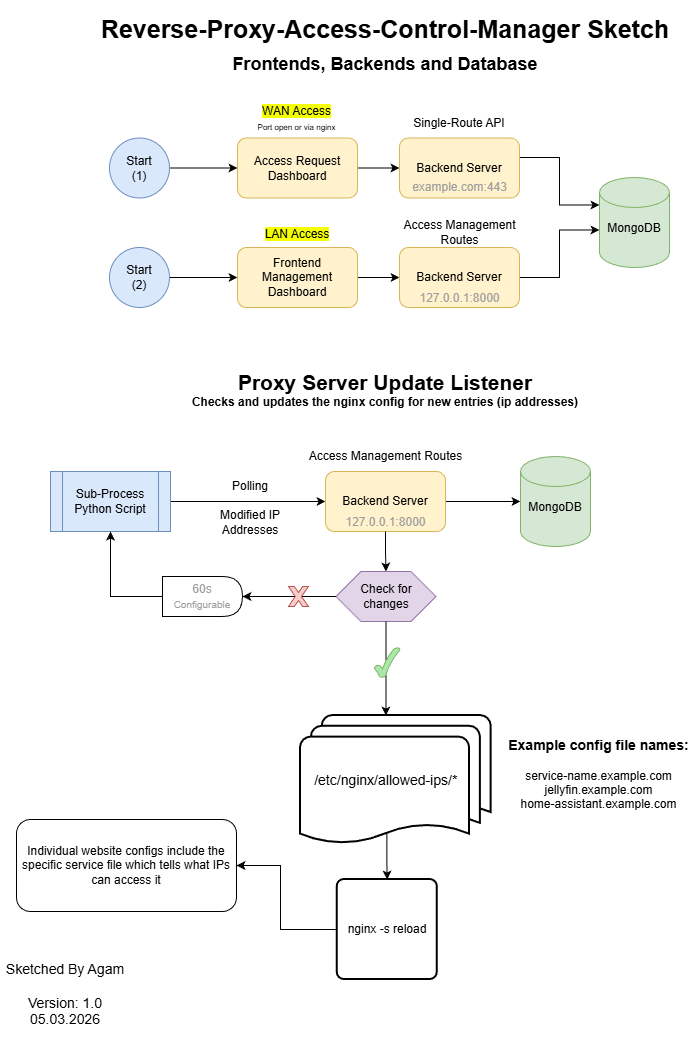
This is program.png from agamsol/Reverse-Proxy-Access-Control-Manager, a draw.io export, as it was before one commit. Source tidied: cells renumbered, new cells last; positions are measured from the earlier drawing's top-left corner, leaving out a move shared by most shapes.
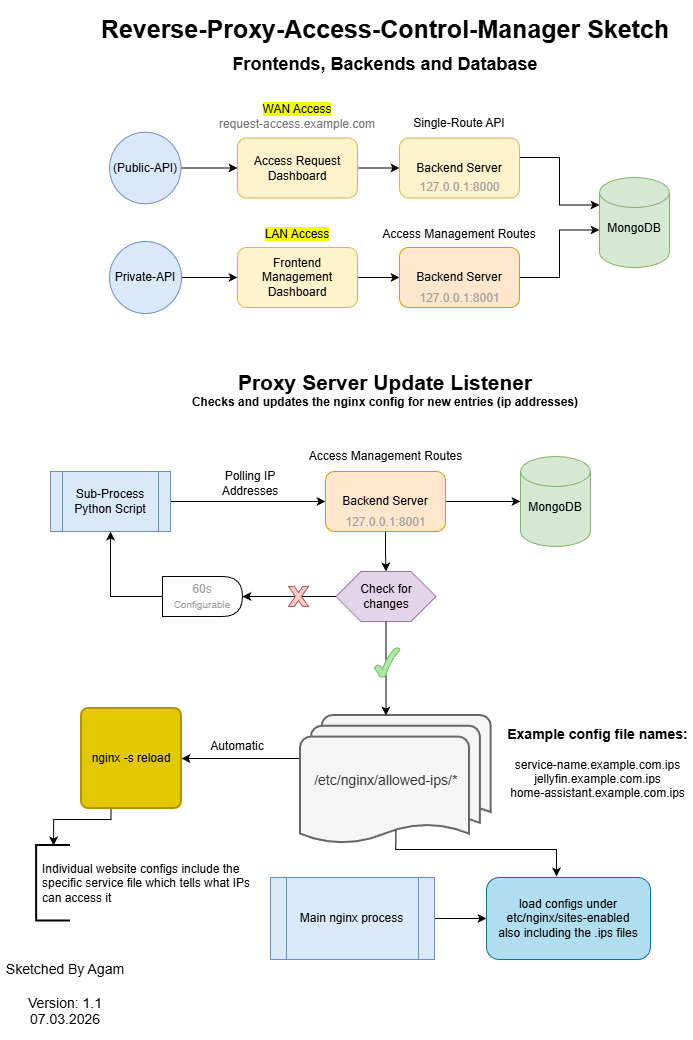
Above is the later version.

Commit message:
Updated program sketch version 1.1

What changed in the source:
```diff
@@ -11,8 +11,8 @@
     <mxCell id="4" style="edgeStyle=orthogonalEdgeStyle;rounded=0;jettySize=auto;html=1;exitX=1;exitY=0.5;exitDx=0;exitDy=0;entryX=0;entryY=0.5;entryDx=0;entryDy=0;" parent="1" edge="1" source="5" target="3">
       <mxGeometry relative="1" as="geometry" />
     </mxCell>
-    <mxCell id="5" value="Start&lt;br&gt;(2)" style="ellipse;whiteSpace=wrap;html=1;fillColor=#dae8fc;strokeColor=#6c8ebf;" parent="1" vertex="1">
-      <mxGeometry x="109" y="247" width="60" height="60" as="geometry" />
+    <mxCell id="5" value="Private-API" style="ellipse;whiteSpace=wrap;html=1;fillColor=#dae8fc;strokeColor=#6c8ebf;" parent="1" vertex="1">
+      <mxGeometry x="109" y="241" width="72" height="72" as="geometry" />
     </mxCell>
     <mxCell id="6" value="MongoDB&lt;div&gt;&lt;br/&gt;&lt;/div&gt;" style="shape=cylinder3;whiteSpace=wrap;html=1;boundedLbl=1;backgroundOutline=1;size=15;fillColor=#d5e8d4;strokeColor=#82b366;" parent="1" vertex="1">
       <mxGeometry x="599" y="177" width="70" height="90" as="geometry" />
@@ -26,17 +26,17 @@
         </Array>
       </mxGeometry>
     </mxCell>
-    <mxCell id="8" value="Backend Server" style="rounded=1;whiteSpace=wrap;html=1;fillColor=#fff2cc;strokeColor=#d6b656;" parent="1" vertex="1">
+    <mxCell id="8" value="Backend Server" style="rounded=1;whiteSpace=wrap;html=1;fillColor=#ffe6cc;strokeColor=#d79b00;" parent="1" vertex="1">
       <mxGeometry x="399" y="247" width="120" height="60" as="geometry" />
     </mxCell>
-    <mxCell id="9" value="Access Management&lt;br&gt;R&lt;span style=&quot;background-color: transparent; color: light-dark(rgb(0, 0, 0), rgb(255, 255, 255));&quot;&gt;outes&lt;/span&gt;" style="text;html=1;whiteSpace=wrap;strokeColor=none;fillColor=none;align=center;verticalAlign=middle;rounded=0;" parent="1" vertex="1">
-      <mxGeometry x="393.5" y="217" width="131" height="30" as="geometry" />
+    <mxCell id="9" value="Access Management R&lt;span style=&quot;background-color: transparent; color: light-dark(rgb(0, 0, 0), rgb(255, 255, 255));&quot;&gt;outes&lt;/span&gt;" style="text;html=1;whiteSpace=wrap;strokeColor=none;fillColor=none;align=center;verticalAlign=middle;rounded=0;" parent="1" vertex="1">
+      <mxGeometry x="366.9" y="219" width="184.2" height="30" as="geometry" />
     </mxCell>
     <mxCell id="10" style="edgeStyle=orthogonalEdgeStyle;rounded=0;jettySize=auto;html=1;exitX=1;exitY=0.5;exitDx=0;exitDy=0;entryX=0;entryY=0.5;entryDx=0;entryDy=0;" parent="1" edge="1" source="11" target="13">
       <mxGeometry relative="1" as="geometry" />
     </mxCell>
-    <mxCell id="11" value="Start&lt;br&gt;(1)" style="ellipse;whiteSpace=wrap;html=1;fillColor=#dae8fc;strokeColor=#6c8ebf;" parent="1" vertex="1">
-      <mxGeometry x="109" y="137.5" width="60" height="60" as="geometry" />
+    <mxCell id="11" value="(Public-API)" style="ellipse;whiteSpace=wrap;html=1;fillColor=#dae8fc;strokeColor=#6c8ebf;" parent="1" vertex="1">
+      <mxGeometry x="109" y="131.8" width="71.5" height="71.5" as="geometry" />
     </mxCell>
     <mxCell id="12" style="edgeStyle=orthogonalEdgeStyle;rounded=0;jettySize=auto;html=1;exitX=1;exitY=0.5;exitDx=0;exitDy=0;entryX=0;entryY=0.5;entryDx=0;entryDy=0;" parent="1" edge="1" source="13" target="17">
       <mxGeometry relative="1" as="geometry" />
@@ -44,8 +44,8 @@
     <mxCell id="13" value="Access Request Dashboard" style="rounded=1;whiteSpace=wrap;html=1;fillColor=#fff2cc;strokeColor=#d6b656;" parent="1" vertex="1">
       <mxGeometry x="237" y="137.5" width="120" height="60" as="geometry" />
     </mxCell>
-    <mxCell id="14" value="&lt;span style=&quot;background-color: rgb(245, 255, 3);&quot;&gt;&lt;span style=&quot;background-color: rgb(245, 255, 3);&quot;&gt;WAN&lt;/span&gt; Access&lt;br&gt;&lt;/span&gt;&lt;font style=&quot;font-size: 8px;&quot;&gt;Port open or via nginx&lt;/font&gt;" style="text;html=1;whiteSpace=wrap;strokeColor=none;fillColor=none;align=center;verticalAlign=middle;rounded=0;" parent="1" vertex="1">
-      <mxGeometry x="215.3" y="93.5" width="163.3" height="49" as="geometry" />
+    <mxCell id="14" value="&lt;span style=&quot;background-color: rgb(245, 255, 3);&quot;&gt;&lt;span style=&quot;background-color: rgb(245, 255, 3);&quot;&gt;WAN&lt;/span&gt; Access&lt;br&gt;&lt;/span&gt;&lt;span&gt;&lt;font style=&quot;color: rgb(116, 116, 116);&quot;&gt;request-access.example.com&lt;/font&gt;&lt;/span&gt;" style="text;html=1;whiteSpace=wrap;strokeColor=none;fillColor=none;align=center;verticalAlign=middle;rounded=0;" parent="1" vertex="1">
+      <mxGeometry x="197" y="91" width="200" height="49" as="geometry" />
     </mxCell>
     <mxCell id="15" value="&lt;span style=&quot;background-color: rgb(245, 255, 3);&quot;&gt;LAN Access&lt;/span&gt;" style="text;html=1;whiteSpace=wrap;strokeColor=none;fillColor=none;align=center;verticalAlign=middle;rounded=0;" parent="1" vertex="1">
       <mxGeometry x="242" y="219" width="110" height="30" as="geometry" />
@@ -75,60 +75,49 @@
     <mxCell id="21" value="&lt;font style=&quot;&quot;&gt;&lt;b style=&quot;&quot;&gt;&lt;span style=&quot;font-size: 21px;&quot;&gt;Proxy Server Update Listener&lt;/span&gt;&lt;br&gt;&lt;font&gt;Checks and updates the nginx config for new entries (ip addresses)&lt;/font&gt;&lt;/b&gt;&lt;/font&gt;" style="text;html=1;whiteSpace=wrap;strokeColor=none;fillColor=none;align=center;verticalAlign=middle;rounded=0;" parent="1" vertex="1">
       <mxGeometry x="180" y="341" width="410" height="95" as="geometry" />
     </mxCell>
-    <mxCell id="22" value="&lt;font style=&quot;color: rgb(157, 157, 157);&quot;&gt;127.0.0.1:8000&lt;/font&gt;" style="text;html=1;whiteSpace=wrap;strokeColor=none;fillColor=none;align=center;verticalAlign=middle;rounded=0;" parent="1" vertex="1">
+    <mxCell id="22" value="&lt;font style=&quot;color: rgb(157, 157, 157);&quot;&gt;127.0.0.1:8001&lt;/font&gt;" style="text;html=1;whiteSpace=wrap;strokeColor=none;fillColor=none;align=center;verticalAlign=middle;rounded=0;" parent="1" vertex="1">
       <mxGeometry x="407.8" y="288" width="102.5" height="20" as="geometry" />
     </mxCell>
-    <mxCell id="23" value="&lt;font style=&quot;color: rgb(157, 157, 157);&quot;&gt;example.com:443&lt;/font&gt;" style="text;html=1;whiteSpace=wrap;strokeColor=none;fillColor=none;align=center;verticalAlign=middle;rounded=0;" parent="1" vertex="1">
+    <mxCell id="23" value="&lt;font style=&quot;color: rgb(157, 157, 157);&quot;&gt;127.0.0.1:8000&lt;/font&gt;" style="text;html=1;whiteSpace=wrap;strokeColor=none;fillColor=none;align=center;verticalAlign=middle;rounded=0;" parent="1" vertex="1">
       <mxGeometry x="407.8" y="177" width="102.5" height="20" as="geometry" />
     </mxCell>
     <mxCell id="24" style="edgeStyle=orthogonalEdgeStyle;rounded=0;jettySize=auto;html=1;exitX=1;exitY=0.5;exitDx=0;exitDy=0;" parent="1" edge="1" source="25" target="28">
       <mxGeometry relative="1" as="geometry" />
     </mxCell>
-    <mxCell id="25" value="Backend Server" style="rounded=1;whiteSpace=wrap;html=1;fillColor=#fff2cc;strokeColor=#d6b656;" parent="1" vertex="1">
+    <mxCell id="25" value="Backend Server" style="rounded=1;whiteSpace=wrap;html=1;fillColor=#ffe6cc;strokeColor=#d79b00;" parent="1" vertex="1">
       <mxGeometry x="325" y="471" width="120" height="60" as="geometry" />
     </mxCell>
     <mxCell id="26" value="Access Management R&lt;span style=&quot;background-color: transparent; color: light-dark(rgb(0, 0, 0), rgb(255, 255, 255));&quot;&gt;outes&lt;/span&gt;" style="text;html=1;whiteSpace=wrap;strokeColor=none;fillColor=none;align=center;verticalAlign=middle;rounded=0;" parent="1" vertex="1">
       <mxGeometry x="268" y="441" width="235" height="30" as="geometry" />
     </mxCell>
-    <mxCell id="27" value="&lt;font style=&quot;color: rgb(157, 157, 157);&quot;&gt;127.0.0.1:8000&lt;/font&gt;" style="text;html=1;whiteSpace=wrap;strokeColor=none;fillColor=none;align=center;verticalAlign=middle;rounded=0;" parent="1" vertex="1">
+    <mxCell id="27" value="&lt;font style=&quot;color: rgb(157, 157, 157);&quot;&gt;127.0.0.1:8001&lt;/font&gt;" style="text;html=1;whiteSpace=wrap;strokeColor=none;fillColor=none;align=center;verticalAlign=middle;rounded=0;" parent="1" vertex="1">
       <mxGeometry x="333.8" y="512" width="102.5" height="20" as="geometry" />
     </mxCell>
     <mxCell id="28" value="MongoDB&lt;div&gt;&lt;br/&gt;&lt;/div&gt;" style="shape=cylinder3;whiteSpace=wrap;html=1;boundedLbl=1;backgroundOutline=1;size=15;fillColor=#d5e8d4;strokeColor=#82b366;" parent="1" vertex="1">
       <mxGeometry x="520" y="456" width="70" height="90" as="geometry" />
     </mxCell>
-    <mxCell id="29" value="Polling" style="text;html=1;whiteSpace=wrap;strokeColor=none;fillColor=none;align=center;verticalAlign=middle;rounded=0;" parent="1" vertex="1">
-      <mxGeometry x="200" y="471" width="100" height="30" as="geometry" />
-    </mxCell>
-    <mxCell id="30" value="Modified IP Addresses" style="text;html=1;whiteSpace=wrap;strokeColor=none;fillColor=none;align=center;verticalAlign=middle;rounded=0;" parent="1" vertex="1">
-      <mxGeometry x="200" y="497" width="100" height="50" as="geometry" />
+    <mxCell id="30" value="Polling IP Addresses" style="text;html=1;whiteSpace=wrap;strokeColor=none;fillColor=none;align=center;verticalAlign=middle;rounded=0;" parent="1" vertex="1">
+      <mxGeometry x="200" y="458" width="100" height="50" as="geometry" />
     </mxCell>
-    <mxCell id="31" style="edgeStyle=orthogonalEdgeStyle;rounded=0;jettySize=auto;html=1;entryX=0.5;entryY=0;entryDx=0;entryDy=0;exitX=0.453;exitY=0.905;exitDx=0;exitDy=0;exitPerimeter=0;" parent="1" edge="1" source="32" target="36">
+    <mxCell id="31" style="edgeStyle=orthogonalEdgeStyle;rounded=0;jettySize=auto;html=1;entryX=1;entryY=0.5;entryDx=0;entryDy=0;" parent="1" edge="1" source="32" target="36">
       <mxGeometry relative="1" as="geometry">
         <Array as="points">
-          <mxPoint x="386" y="864" />
-          <mxPoint x="386" y="864" />
+          <mxPoint x="260" y="758" />
+          <mxPoint x="260" y="758" />
         </Array>
       </mxGeometry>
     </mxCell>
-    <mxCell id="32" value="&lt;font style=&quot;font-size: 14px;&quot;&gt;/etc/nginx/allowed-ips/*&amp;nbsp; &amp;nbsp; &amp;nbsp;&lt;/font&gt;" style="strokeWidth=2;html=1;shape=mxgraph.flowchart.multi-document;whiteSpace=wrap;" parent="1" vertex="1">
+    <mxCell id="32" value="&lt;font style=&quot;font-size: 14px;&quot;&gt;/etc/nginx/allowed-ips/*&amp;nbsp; &amp;nbsp; &amp;nbsp;&lt;/font&gt;" style="strokeWidth=2;html=1;shape=mxgraph.flowchart.multi-document;whiteSpace=wrap;fillColor=#f5f5f5;fontColor=#333333;strokeColor=#666666;" parent="1" vertex="1">
       <mxGeometry x="300" y="715" width="190.7" height="130" as="geometry" />
     </mxCell>
     <mxCell id="33" style="edgeStyle=orthogonalEdgeStyle;rounded=0;jettySize=auto;html=1;entryX=0.5;entryY=0;entryDx=0;entryDy=0;" parent="1" edge="1" source="25" target="37">
       <mxGeometry relative="1" as="geometry" />
     </mxCell>
-    <mxCell id="34" value="&lt;b&gt;&lt;font style=&quot;font-size: 14px;&quot;&gt;Example config file names:&lt;br&gt;&lt;/font&gt;&lt;/b&gt;&lt;br&gt;service-name.example.com&lt;br&gt;jellyfin.example.com&lt;br&gt;home-assistant.example.com" style="text;html=1;whiteSpace=wrap;strokeColor=none;fillColor=none;align=center;verticalAlign=middle;rounded=0;" parent="1" vertex="1">
-      <mxGeometry x="503" y="729" width="191" height="90" as="geometry" />
+    <mxCell id="34" value="&lt;b&gt;&lt;font style=&quot;font-size: 14px;&quot;&gt;Example config file names:&lt;br&gt;&lt;/font&gt;&lt;/b&gt;&lt;br&gt;service-name.example.com.ips&lt;div&gt;jellyfin.example.com.ips&lt;br&gt;home-assistant.example.com.ips&lt;/div&gt;" style="text;html=1;whiteSpace=wrap;strokeColor=none;fillColor=none;align=center;verticalAlign=middle;rounded=0;" parent="1" vertex="1">
+      <mxGeometry x="501.5" y="718" width="191" height="90" as="geometry" />
     </mxCell>
-    <mxCell id="35" style="edgeStyle=orthogonalEdgeStyle;rounded=0;jettySize=auto;html=1;entryX=1;entryY=0.5;entryDx=0;entryDy=0;" parent="1" edge="1" source="36" target="47">
-      <mxGeometry relative="1" as="geometry">
-        <Array as="points">
-          <mxPoint x="280" y="929" />
-          <mxPoint x="280" y="865" />
-        </Array>
-      </mxGeometry>
-    </mxCell>
-    <mxCell id="36" value="&lt;span style=&quot;background-color: transparent; color: light-dark(rgb(0, 0, 0), rgb(255, 255, 255));&quot;&gt;nginx -s reload&lt;/span&gt;" style="rounded=1;whiteSpace=wrap;html=1;absoluteArcSize=1;arcSize=14;strokeWidth=2;" parent="1" vertex="1">
-      <mxGeometry x="336.8" y="879" width="100" height="100" as="geometry" />
+    <mxCell id="36" value="&lt;span style=&quot;background-color: transparent; color: light-dark(rgb(0, 0, 0), rgb(255, 255, 255));&quot;&gt;nginx -s reload&lt;/span&gt;" style="rounded=1;whiteSpace=wrap;html=1;absoluteArcSize=1;arcSize=14;strokeWidth=2;fillColor=#e3c800;fontColor=#000000;strokeColor=#B09500;" parent="1" vertex="1">
+      <mxGeometry x="81" y="708" width="100" height="100" as="geometry" />
     </mxCell>
     <mxCell id="37" value="Check for changes" style="shape=hexagon;perimeter=hexagonPerimeter2;whiteSpace=wrap;html=1;size=0.25;fillColor=#e1d5e7;strokeColor=#9673a6;" parent="1" vertex="1">
       <mxGeometry x="335.5" y="571" width="100" height="50" as="geometry" />
@@ -158,14 +147,45 @@
     <mxCell id="44" value="&lt;font style=&quot;font-size: 25px;&quot;&gt;&lt;b style=&quot;&quot;&gt;Reverse-Proxy-Access-Control-Manager Sketch&lt;/b&gt;&lt;/font&gt;" style="text;html=1;whiteSpace=wrap;strokeColor=none;fillColor=none;align=center;verticalAlign=middle;rounded=0;" parent="1" vertex="1">
       <mxGeometry x="90" y="-0.3" width="590" height="56.8" as="geometry" />
     </mxCell>
-    <mxCell id="45" value="&lt;font style=&quot;font-size: 14px;&quot;&gt;Sketched By Agam&lt;br&gt;&lt;br&gt;Version: 1.0&lt;br&gt;05.03.2026&lt;/font&gt;" style="text;html=1;whiteSpace=wrap;strokeColor=none;fillColor=none;align=center;verticalAlign=middle;rounded=0;" parent="1" vertex="1">
+    <mxCell id="45" value="&lt;font style=&quot;font-size: 14px;&quot;&gt;Sketched By Agam&lt;br&gt;&lt;br&gt;Version: 1.1&lt;br&gt;07.03.2026&lt;/font&gt;" style="text;html=1;whiteSpace=wrap;strokeColor=none;fillColor=none;align=center;verticalAlign=middle;rounded=0;" parent="1" vertex="1">
       <mxGeometry y="949" width="130" height="90" as="geometry" />
     </mxCell>
     <mxCell id="46" value="&lt;b&gt;&lt;font style=&quot;font-size: 18px;&quot;&gt;Frontends, Backends and Database&lt;br&gt;&lt;/font&gt;&lt;/b&gt;" style="text;html=1;whiteSpace=wrap;strokeColor=none;fillColor=none;align=center;verticalAlign=middle;rounded=0;" parent="1" vertex="1">
       <mxGeometry x="194" y="36" width="381.8" height="55" as="geometry" />
     </mxCell>
+    <mxCell id="48" style="edgeStyle=orthogonalEdgeStyle;rounded=0;jettySize=auto;html=1;entryX=0.5;entryY=0;entryDx=0;entryDy=0;entryPerimeter=0;exitX=0.295;exitY=1.004;exitDx=0;exitDy=0;exitPerimeter=0;" parent="1" edge="1" source="36" target="54">
+      <mxGeometry relative="1" as="geometry">
+        <Array as="points">
+          <mxPoint x="110" y="819" />
+          <mxPoint x="53" y="819" />
+        </Array>
+      </mxGeometry>
+    </mxCell>
+    <mxCell id="49" style="edgeStyle=orthogonalEdgeStyle;rounded=0;jettySize=auto;html=1;" parent="1" edge="1" source="50" target="51">
+      <mxGeometry relative="1" as="geometry" />
+    </mxCell>
+    <mxCell id="50" value="Main nginx process" style="shape=process;whiteSpace=wrap;html=1;backgroundOutline=1;fillColor=#DAE8FC;strokeColor=#6c8ebf;" parent="1" vertex="1">
+      <mxGeometry x="270" y="877" width="164" height="82" as="geometry" />
+    </mxCell>
+    <mxCell id="51" value="load configs under&lt;br&gt;etc/nginx/sites-enabled&lt;br&gt;also including the .ips files" style="rounded=1;whiteSpace=wrap;html=1;fillColor=#b1ddf0;strokeColor=#10739e;" parent="1" vertex="1">
+      <mxGeometry x="486" y="877" width="164" height="82" as="geometry" />
+    </mxCell>
+    <mxCell id="52" style="edgeStyle=orthogonalEdgeStyle;rounded=0;jettySize=auto;html=1;entryX=0.427;entryY=-0.012;entryDx=0;entryDy=0;entryPerimeter=0;exitX=0.5;exitY=0.88;exitDx=0;exitDy=0;exitPerimeter=0;" parent="1" edge="1" source="32" target="51">
+      <mxGeometry relative="1" as="geometry">
+        <Array as="points">
+          <mxPoint x="395" y="849" />
+          <mxPoint x="556" y="849" />
+        </Array>
+      </mxGeometry>
+    </mxCell>
+    <mxCell id="53" value="Automatic" style="text;html=1;whiteSpace=wrap;strokeColor=none;fillColor=none;align=center;verticalAlign=middle;rounded=0;" parent="1" vertex="1">
+      <mxGeometry x="207" y="731" width="60" height="30" as="geometry" />
+    </mxCell>
+    <mxCell id="54" style="strokeWidth=2;html=1;shape=mxgraph.flowchart.annotation_1;align=left;" parent="1" vertex="1">
+      <mxGeometry x="36.2" y="845" width="33.8" height="75.5" as="geometry" />
+    </mxCell>
-    <mxCell id="47" value="Individual website configs include the specific service file which tells what IPs can access it" style="rounded=1;whiteSpace=wrap;html=1;" parent="1" vertex="1">
-      <mxGeometry x="16" y="819" width="220" height="92" as="geometry" />
+    <mxCell id="47" value="Individual website configs include the specific service file which tells what IPs can access it" style="text;html=1;whiteSpace=wrap;strokeColor=none;fillColor=none;align=left;verticalAlign=middle;rounded=0;" parent="1" vertex="1">
+      <mxGeometry x="40" y="863.6" width="230" height="38.3" as="geometry" />
     </mxCell>
   </root>
 </mxGraphModel>
```
